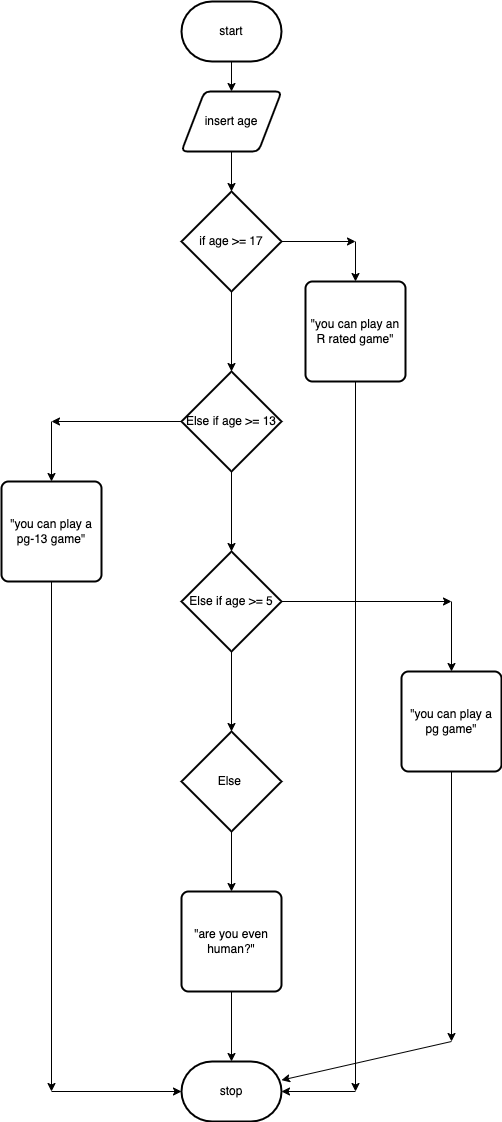
parsa-tahavori/ICS20-UNIT5-3 keeps this draw.io diagram as design/flow-chart.png. Above is the earlier version. Source tidied: cells renumbered, new cells last; positions are measured from the earlier drawing's top-left corner, leaving out a move shared by most shapes.
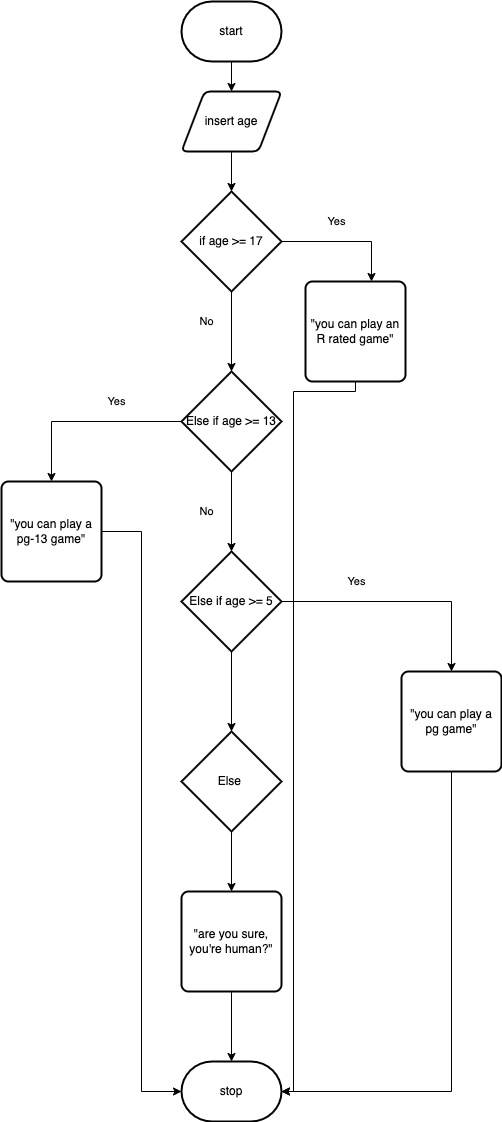
After the commit.

The edit, as a diff of the source:
```diff
@@ -14,75 +14,54 @@
     <mxCell id="5" value="insert age" style="shape=parallelogram;html=1;strokeWidth=2;perimeter=parallelogramPerimeter;whiteSpace=wrap;rounded=1;arcSize=12;size=0.23;" parent="1" vertex="1">
       <mxGeometry x="180" y="90" width="100" height="60" as="geometry" />
     </mxCell>
-    <mxCell id="6" style="edgeStyle=none;html=1;" parent="1" edge="1" source="8">
-      <mxGeometry relative="1" as="geometry">
-        <mxPoint x="354" y="240" as="targetPoint" />
-      </mxGeometry>
-    </mxCell>
     <mxCell id="7" style="edgeStyle=none;html=1;" parent="1" edge="1" source="8" target="14">
       <mxGeometry relative="1" as="geometry" />
     </mxCell>
+    <mxCell id="32" style="edgeStyle=orthogonalEdgeStyle;html=1;entryX=0.66;entryY=0;entryDx=0;entryDy=0;entryPerimeter=0;rounded=0;" parent="1" edge="1" source="8" target="11">
+      <mxGeometry relative="1" as="geometry" />
+    </mxCell>
     <mxCell id="8" value="if age &amp;gt;= 17" style="strokeWidth=2;html=1;shape=mxgraph.flowchart.decision;whiteSpace=wrap;" parent="1" vertex="1">
       <mxGeometry x="180" y="190" width="100" height="100" as="geometry" />
     </mxCell>
-    <mxCell id="9" style="edgeStyle=none;html=1;" parent="1" edge="1" target="11">
-      <mxGeometry relative="1" as="geometry">
-        <mxPoint x="354" y="240" as="sourcePoint" />
-      </mxGeometry>
-    </mxCell>
-    <mxCell id="10" style="edgeStyle=none;html=1;" parent="1" edge="1" source="11">
-      <mxGeometry relative="1" as="geometry">
-        <mxPoint x="354" y="1090" as="targetPoint" />
-      </mxGeometry>
-    </mxCell>
+    <mxCell id="33" style="edgeStyle=orthogonalEdgeStyle;shape=connector;rounded=0;html=1;entryX=1;entryY=0.5;entryDx=0;entryDy=0;entryPerimeter=0;labelBackgroundColor=default;fontFamily=Helvetica;fontSize=11;fontColor=default;endArrow=classic;strokeColor=default;" parent="1" edge="1" source="11" target="28">
+      <mxGeometry relative="1" as="geometry">
+        <Array as="points">
+          <mxPoint x="354" y="390" />
+          <mxPoint x="292" y="390" />
+          <mxPoint x="292" y="1090" />
+        </Array>
+      </mxGeometry>
+    </mxCell>
     <mxCell id="11" value="&quot;you can play an R rated game&quot;" style="rounded=1;whiteSpace=wrap;html=1;absoluteArcSize=1;arcSize=14;strokeWidth=2;" parent="1" vertex="1">
       <mxGeometry x="304" y="280" width="100" height="100" as="geometry" />
     </mxCell>
-    <mxCell id="12" style="edgeStyle=none;html=1;" parent="1" edge="1" source="14">
-      <mxGeometry relative="1" as="geometry">
-        <mxPoint x="50" y="420" as="targetPoint" />
-      </mxGeometry>
-    </mxCell>
     <mxCell id="13" style="edgeStyle=none;html=1;" parent="1" edge="1" source="14" target="20">
       <mxGeometry relative="1" as="geometry" />
     </mxCell>
+    <mxCell id="34" style="edgeStyle=orthogonalEdgeStyle;shape=connector;rounded=0;html=1;labelBackgroundColor=default;fontFamily=Helvetica;fontSize=11;fontColor=default;endArrow=classic;strokeColor=default;" parent="1" edge="1" source="14" target="17">
+      <mxGeometry relative="1" as="geometry" />
+    </mxCell>
     <mxCell id="14" value="Else if age &amp;gt;= 13" style="strokeWidth=2;html=1;shape=mxgraph.flowchart.decision;whiteSpace=wrap;" parent="1" vertex="1">
       <mxGeometry x="180" y="370" width="100" height="100" as="geometry" />
     </mxCell>
-    <mxCell id="15" style="edgeStyle=none;html=1;entryX=0.5;entryY=0;entryDx=0;entryDy=0;" parent="1" edge="1" target="17">
-      <mxGeometry relative="1" as="geometry">
-        <mxPoint x="50" y="420" as="sourcePoint" />
-      </mxGeometry>
-    </mxCell>
-    <mxCell id="16" style="edgeStyle=none;html=1;" parent="1" edge="1" source="17">
-      <mxGeometry relative="1" as="geometry">
-        <mxPoint x="50" y="1090" as="targetPoint" />
-      </mxGeometry>
-    </mxCell>
+    <mxCell id="35" style="edgeStyle=orthogonalEdgeStyle;shape=connector;rounded=0;html=1;labelBackgroundColor=default;fontFamily=Helvetica;fontSize=11;fontColor=default;endArrow=classic;strokeColor=default;entryX=0;entryY=0.5;entryDx=0;entryDy=0;entryPerimeter=0;" parent="1" edge="1" source="17" target="28">
+      <mxGeometry relative="1" as="geometry" />
+    </mxCell>
     <mxCell id="17" value="&quot;you can play a pg-13 game&quot;" style="rounded=1;whiteSpace=wrap;html=1;absoluteArcSize=1;arcSize=14;strokeWidth=2;" parent="1" vertex="1">
       <mxGeometry y="480" width="100" height="100" as="geometry" />
     </mxCell>
-    <mxCell id="18" style="edgeStyle=none;html=1;" parent="1" edge="1" source="20">
-      <mxGeometry relative="1" as="geometry">
-        <mxPoint x="450" y="600" as="targetPoint" />
-      </mxGeometry>
-    </mxCell>
     <mxCell id="19" style="edgeStyle=none;html=1;" parent="1" edge="1" source="20" target="25">
       <mxGeometry relative="1" as="geometry" />
     </mxCell>
+    <mxCell id="36" style="edgeStyle=orthogonalEdgeStyle;shape=connector;rounded=0;html=1;entryX=0.5;entryY=0;entryDx=0;entryDy=0;labelBackgroundColor=default;fontFamily=Helvetica;fontSize=11;fontColor=default;endArrow=classic;strokeColor=default;" parent="1" edge="1" source="20" target="23">
+      <mxGeometry relative="1" as="geometry" />
+    </mxCell>
     <mxCell id="20" value="Else if age &amp;gt;= 5" style="strokeWidth=2;html=1;shape=mxgraph.flowchart.decision;whiteSpace=wrap;" parent="1" vertex="1">
       <mxGeometry x="180" y="550" width="100" height="100" as="geometry" />
     </mxCell>
-    <mxCell id="21" style="edgeStyle=none;html=1;" parent="1" edge="1" target="23">
-      <mxGeometry relative="1" as="geometry">
-        <mxPoint x="450" y="600" as="sourcePoint" />
-      </mxGeometry>
-    </mxCell>
-    <mxCell id="22" style="edgeStyle=none;html=1;" parent="1" edge="1" source="23">
-      <mxGeometry relative="1" as="geometry">
-        <mxPoint x="450" y="1040" as="targetPoint" />
-      </mxGeometry>
-    </mxCell>
+    <mxCell id="37" style="edgeStyle=orthogonalEdgeStyle;shape=connector;rounded=0;html=1;entryX=1;entryY=0.5;entryDx=0;entryDy=0;entryPerimeter=0;labelBackgroundColor=default;fontFamily=Helvetica;fontSize=11;fontColor=default;endArrow=classic;strokeColor=default;exitX=0.5;exitY=1;exitDx=0;exitDy=0;" parent="1" edge="1" source="23" target="28">
+      <mxGeometry relative="1" as="geometry" />
+    </mxCell>
     <mxCell id="23" value="&quot;you can play a pg game&quot;" style="rounded=1;whiteSpace=wrap;html=1;absoluteArcSize=1;arcSize=14;strokeWidth=2;" parent="1" vertex="1">
       <mxGeometry x="400" y="670" width="100" height="100" as="geometry" />
     </mxCell>
@@ -95,26 +74,26 @@
     <mxCell id="26" style="edgeStyle=none;html=1;" parent="1" edge="1" source="27" target="28">
       <mxGeometry relative="1" as="geometry" />
     </mxCell>
-    <mxCell id="27" value="&quot;are you even human?&quot;" style="rounded=1;whiteSpace=wrap;html=1;absoluteArcSize=1;arcSize=14;strokeWidth=2;" parent="1" vertex="1">
+    <mxCell id="27" value="&quot;are you sure, you're human?&quot;" style="rounded=1;whiteSpace=wrap;html=1;absoluteArcSize=1;arcSize=14;strokeWidth=2;" parent="1" vertex="1">
       <mxGeometry x="180" y="890" width="100" height="100" as="geometry" />
     </mxCell>
     <mxCell id="28" value="stop" style="strokeWidth=2;html=1;shape=mxgraph.flowchart.terminator;whiteSpace=wrap;" parent="1" vertex="1">
       <mxGeometry x="180" y="1060" width="100" height="60" as="geometry" />
     </mxCell>
-    <mxCell id="29" style="edgeStyle=none;html=1;" parent="1" edge="1" target="28">
-      <mxGeometry relative="1" as="geometry">
-        <mxPoint x="450" y="1040" as="sourcePoint" />
-      </mxGeometry>
-    </mxCell>
-    <mxCell id="30" style="edgeStyle=none;html=1;" parent="1" edge="1" target="28">
-      <mxGeometry relative="1" as="geometry">
-        <mxPoint x="50" y="1090" as="sourcePoint" />
-      </mxGeometry>
-    </mxCell>
-    <mxCell id="31" style="edgeStyle=none;html=1;" parent="1" edge="1" target="28">
-      <mxGeometry relative="1" as="geometry">
-        <mxPoint x="354" y="1090" as="sourcePoint" />
-      </mxGeometry>
-    </mxCell>
+    <mxCell id="38" value="Yes" style="text;html=1;align=center;verticalAlign=middle;strokeColor=none;fillColor=none;fontSize=11;fontFamily=Helvetica;fontColor=default;" parent="1" vertex="1">
+      <mxGeometry x="320" y="210" width="30" height="20" as="geometry" />
+    </mxCell>
+    <mxCell id="39" value="No" style="text;html=1;align=center;verticalAlign=middle;strokeColor=none;fillColor=none;fontSize=11;fontFamily=Helvetica;fontColor=default;" parent="1" vertex="1">
+      <mxGeometry x="190" y="310" width="30" height="20" as="geometry" />
+    </mxCell>
+    <mxCell id="40" value="Yes" style="text;html=1;align=center;verticalAlign=middle;strokeColor=none;fillColor=none;fontSize=11;fontFamily=Helvetica;fontColor=default;" parent="1" vertex="1">
+      <mxGeometry x="100" y="390" width="30" height="20" as="geometry" />
+    </mxCell>
+    <mxCell id="41" value="No" style="text;html=1;align=center;verticalAlign=middle;strokeColor=none;fillColor=none;fontSize=11;fontFamily=Helvetica;fontColor=default;" parent="1" vertex="1">
+      <mxGeometry x="190" y="500" width="30" height="20" as="geometry" />
+    </mxCell>
+    <mxCell id="42" value="Yes" style="text;html=1;align=center;verticalAlign=middle;strokeColor=none;fillColor=none;fontSize=11;fontFamily=Helvetica;fontColor=default;" parent="1" vertex="1">
+      <mxGeometry x="340" y="570" width="30" height="20" as="geometry" />
+    </mxCell>
   </root>
 </mxGraphModel>
```
